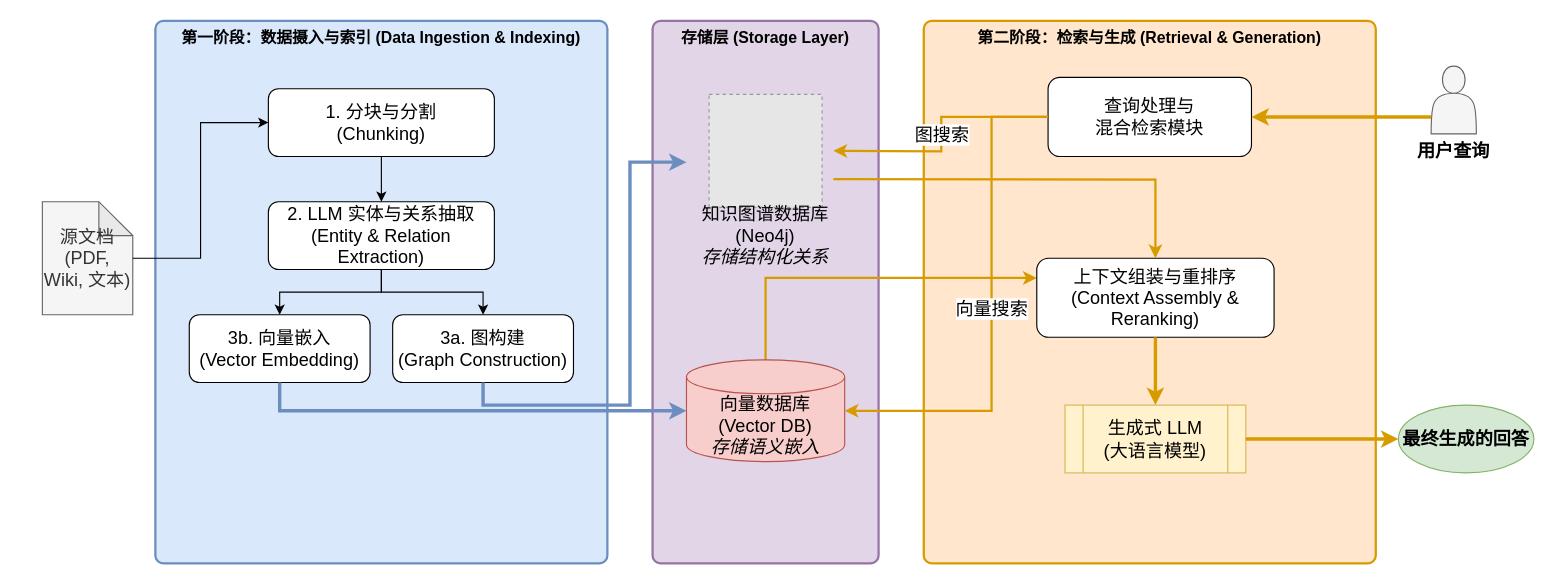
Before: graphrag.drawio in 729973389/picture, a draw.io diagram. Source tidied: cells renumbered, new cells numbered last; positions are measured from the earlier drawing's top-left corner, leaving out a move shared by most shapes. Both pictures are drawn from the tidied source at 113%, with x=0, y=0 at pixel (42, 20). Pictures stored in the file or linked from it are replaced by grey dashed boxes.
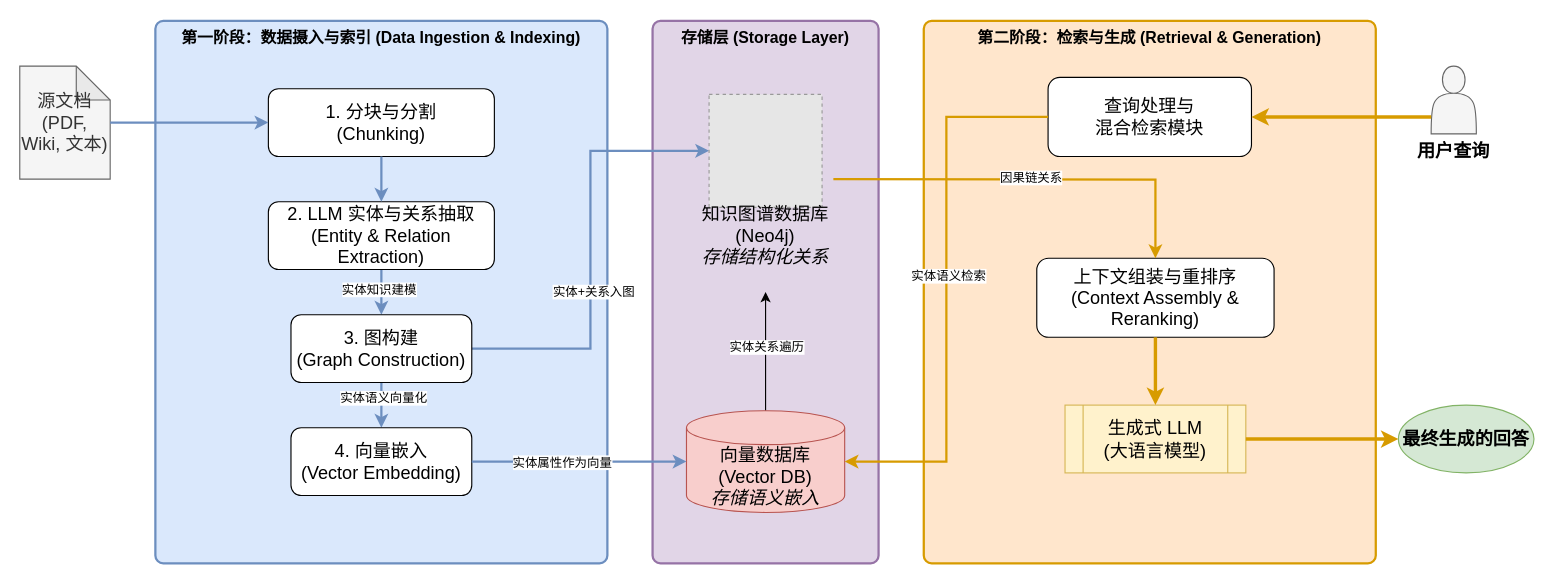
After the change.

The change refers to these unchanged cells:
```xml
<mxCell id="6" value="1. 分块与分割&lt;br&gt;(Chunking)" style="rounded=1;whiteSpace=wrap;html=1;fillColor=#ffffff;strokeColor=#000000;fontSize=16;" parent="1" vertex="1">
  <mxGeometry x="200" y="60" width="200" height="60" as="geometry" />
</mxCell>
<mxCell id="7" value="2. LLM 实体与关系抽取&lt;br&gt;(Entity &amp;amp; Relation Extraction)" style="rounded=1;whiteSpace=wrap;html=1;fillColor=#ffffff;strokeColor=#000000;fontSize=16;" parent="1" vertex="1">
  <mxGeometry x="200" y="160" width="200" height="60" as="geometry" />
</mxCell>
<mxCell id="13" value="查询处理与&lt;br&gt;混合检索模块" style="rounded=1;whiteSpace=wrap;html=1;fillColor=#ffffff;strokeColor=#000000;fontSize=16;" parent="1" vertex="1">
  <mxGeometry x="890" y="50" width="180" height="70" as="geometry" />
</mxCell>
<mxCell id="14" value="上下文组装与重排序&lt;br&gt;(Context Assembly &amp;amp; Reranking)" style="rounded=1;whiteSpace=wrap;html=1;fillColor=#ffffff;strokeColor=#000000;fontSize=16;" parent="1" vertex="1">
  <mxGeometry x="880" y="210" width="210" height="70" as="geometry" />
</mxCell>
<mxCell id="29" style="edgeStyle=orthogonalEdgeStyle;rounded=0;jettySize=auto;html=1;entryX=0.5;entryY=0;entryDx=0;entryDy=0;strokeWidth=2;strokeColor=#D79B00;" parent="1" edge="1" target="14">
  <mxGeometry relative="1" as="geometry">
    <mxPoint x="700" y="140" as="sourcePoint" />
  </mxGeometry>
</mxCell>
<mxCell id="30" style="fillColor=#E6E6E6;strokeColor=#999999;dashed=1;verticalLabelPosition=bottom;labelBackgroundColor=default;verticalAlign=top;fontSize=16;" parent="1" vertex="1">
  <mxGeometry x="590" y="65" width="100" height="100" as="geometry" />
</mxCell>
```

What changed in the source:
```diff
@@
     <mxCell id="5" value="源文档&lt;br&gt;(PDF, Wiki, 文本)" style="shape=note;whiteSpace=wrap;html=1;backgroundOutline=1;darkOpacity=0.05;fillColor=#f5f5f5;strokeColor=#666666;fontColor=#333333;fontSize=16;" parent="1" vertex="1">
-      <mxGeometry y="160" width="80" height="100" as="geometry" />
+      <mxGeometry x="-20" y="40" width="80" height="100" as="geometry" />
     </mxCell>
@@
+    <mxCell id="19" style="edgeStyle=orthogonalEdgeStyle;rounded=0;jettySize=auto;html=1;entryX=0.5;entryY=0;entryDx=0;entryDy=0;strokeWidth=2;strokeColor=light-dark(#6C8EBF,#EDEDED);" parent="1" edge="1" source="7" target="8">
+      <mxGeometry relative="1" as="geometry" />
+    </mxCell>
+    <mxCell id="32" value="实体知识建模" style="edgeLabel;html=1;align=center;verticalAlign=middle;" parent="19" vertex="1">
+      <mxGeometry x="-0.13" y="-3" relative="1" as="geometry" />
+    </mxCell>
@@
+    <mxCell id="33" style="edgeStyle=orthogonalEdgeStyle;rounded=0;jettySize=auto;html=1;entryX=0.5;entryY=0;entryDx=0;entryDy=0;strokeWidth=2;strokeColor=light-dark(#6C8EBF,#EDEDED);" parent="1" edge="1" source="8" target="9">
+      <mxGeometry relative="1" as="geometry" />
+    </mxCell>
+    <mxCell id="34" value="实体语义向量化" style="edgeLabel;html=1;align=center;verticalAlign=middle;" parent="33" vertex="1">
+      <mxGeometry x="-0.33" y="1" relative="1" as="geometry" />
+    </mxCell>
+    <mxCell id="35" style="edgeStyle=orthogonalEdgeStyle;rounded=0;jettySize=auto;html=1;entryX=0;entryY=0.5;entryDx=0;entryDy=0;strokeWidth=2;strokeColor=light-dark(#6C8EBF,#EDEDED);" parent="1" edge="1" source="8" target="30">
+      <mxGeometry relative="1" as="geometry" />
+    </mxCell>
+    <mxCell id="36" value="实体+关系入图" style="edgeLabel;html=1;align=center;verticalAlign=middle;" parent="35" vertex="1">
+      <mxGeometry x="-0.19" y="-2" relative="1" as="geometry" />
+    </mxCell>
-    <mxCell id="8" value="3a. 图构建&lt;br&gt;(Graph Construction)" style="rounded=1;whiteSpace=wrap;html=1;fillColor=#ffffff;strokeColor=#000000;fontSize=16;" parent="1" vertex="1">
-      <mxGeometry x="310" y="260" width="160" height="60" as="geometry" />
+    <mxCell id="8" value="3. 图构建&lt;br&gt;(Graph Construction)" style="rounded=1;whiteSpace=wrap;html=1;fillColor=#ffffff;strokeColor=#000000;fontSize=16;" parent="1" vertex="1">
+      <mxGeometry x="220" y="260" width="160" height="60" as="geometry" />
     </mxCell>
-    <mxCell id="9" value="3b. 向量嵌入&lt;br&gt;(Vector Embedding)" style="rounded=1;whiteSpace=wrap;html=1;fillColor=#ffffff;strokeColor=#000000;fontSize=16;" parent="1" vertex="1">
-      <mxGeometry x="130" y="260" width="160" height="60" as="geometry" />
+    <mxCell id="9" value="4. 向量嵌入&lt;br&gt;(Vector Embedding)" style="rounded=1;whiteSpace=wrap;html=1;fillColor=#ffffff;strokeColor=#000000;fontSize=16;" parent="1" vertex="1">
+      <mxGeometry x="220" y="360" width="160" height="60" as="geometry" />
     </mxCell>
-    <mxCell id="10" style="edgeStyle=orthogonalEdgeStyle;rounded=0;jettySize=auto;html=1;exitX=0.5;exitY=0;exitDx=0;exitDy=0;exitPerimeter=0;entryX=0;entryY=0.25;entryDx=0;entryDy=0;strokeWidth=2;strokeColor=#D79B00;" parent="1" edge="1" source="11" target="14">
-      <mxGeometry relative="1" as="geometry" />
-    </mxCell>
+    <mxCell id="37" style="edgeStyle=orthogonalEdgeStyle;rounded=0;jettySize=auto;html=1;" parent="1" edge="1" source="11">
+      <mxGeometry relative="1" as="geometry">
+        <mxPoint x="640" y="240" as="targetPoint" />
+      </mxGeometry>
+    </mxCell>
+    <mxCell id="38" value="实体关系遍历" style="edgeLabel;html=1;align=center;verticalAlign=middle;" parent="37" vertex="1">
+      <mxGeometry x="0.08" relative="1" as="geometry" />
+    </mxCell>
     <mxCell id="11" value="向量数据库&lt;br&gt;(Vector DB)&lt;br&gt;&lt;i&gt;存储语义嵌入&lt;/i&gt;" style="shape=cylinder3;whiteSpace=wrap;html=1;boundedLbl=1;backgroundOutline=1;size=15;fillColor=#f8cecc;strokeColor=#b85450;fontSize=16;" parent="1" vertex="1">
-      <mxGeometry x="570" y="300" width="140" height="90" as="geometry" />
+      <mxGeometry x="570" y="345" width="140" height="90" as="geometry" />
     </mxCell>
@@
-    <mxCell id="17" style="edgeStyle=orthogonalEdgeStyle;rounded=0;jettySize=auto;html=1;entryX=0;entryY=0.5;entryDx=0;entryDy=0;fontSize=16;" parent="1" edge="1" source="5" target="6">
+    <mxCell id="17" style="edgeStyle=orthogonalEdgeStyle;rounded=0;jettySize=auto;html=1;entryX=0;entryY=0.5;entryDx=0;entryDy=0;fontSize=16;strokeWidth=2;strokeColor=light-dark(#6C8EBF,#EDEDED);" parent="1" edge="1" source="5" target="6">
       <mxGeometry relative="1" as="geometry" />
     </mxCell>
-    <mxCell id="18" style="edgeStyle=orthogonalEdgeStyle;rounded=0;jettySize=auto;html=1;entryX=0.5;entryY=0;entryDx=0;entryDy=0;fontSize=16;" parent="1" edge="1" source="6" target="7">
+    <mxCell id="18" style="edgeStyle=orthogonalEdgeStyle;rounded=0;jettySize=auto;html=1;entryX=0.5;entryY=0;entryDx=0;entryDy=0;fontSize=16;strokeWidth=2;strokeColor=light-dark(#6C8EBF,#EDEDED);" parent="1" edge="1" source="6" target="7">
       <mxGeometry relative="1" as="geometry" />
     </mxCell>
-    <mxCell id="19" style="edgeStyle=orthogonalEdgeStyle;rounded=0;jettySize=auto;html=1;entryX=0.5;entryY=0;entryDx=0;entryDy=0;fontSize=16;" parent="1" edge="1" source="7" target="8">
-      <mxGeometry relative="1" as="geometry" />
-    </mxCell>
-    <mxCell id="20" style="edgeStyle=orthogonalEdgeStyle;rounded=0;jettySize=auto;html=1;entryX=0.5;entryY=0;entryDx=0;entryDy=0;fontSize=16;" parent="1" edge="1" source="7" target="9">
-      <mxGeometry relative="1" as="geometry" />
-    </mxCell>
-    <mxCell id="21" style="edgeStyle=orthogonalEdgeStyle;rounded=0;jettySize=auto;html=1;entryX=0;entryY=0.5;entryDx=0;entryDy=0;entryPerimeter=0;fillColor=#dae8fc;strokeColor=#6c8ebf;strokeWidth=3;fontSize=16;" parent="1" edge="1" source="8">
-      <mxGeometry relative="1" as="geometry">
-        <mxPoint x="570" y="125" as="targetPoint" />
-        <Array as="points">
-          <mxPoint x="390" y="340" />
-          <mxPoint x="520" y="340" />
-          <mxPoint x="520" y="125" />
-        </Array>
-      </mxGeometry>
-    </mxCell>
-    <mxCell id="22" style="edgeStyle=orthogonalEdgeStyle;rounded=0;jettySize=auto;html=1;entryX=0;entryY=0.5;entryDx=0;entryDy=0;entryPerimeter=0;fillColor=#dae8fc;strokeColor=#6c8ebf;strokeWidth=3;fontSize=16;" parent="1" edge="1" source="9" target="11">
-      <mxGeometry relative="1" as="geometry">
-        <Array as="points">
-          <mxPoint x="210" y="345" />
-        </Array>
-      </mxGeometry>
-    </mxCell>
@@
-    <mxCell id="24" value="图搜索" style="edgeStyle=orthogonalEdgeStyle;rounded=0;jettySize=auto;html=1;fillColor=#ffe6cc;strokeColor=#d79b00;strokeWidth=2;fontSize=16;" parent="1" edge="1" source="13">
-      <mxGeometry relative="1" as="geometry">
-        <mxPoint x="700" y="115" as="targetPoint" />
-      </mxGeometry>
-    </mxCell>
-    <mxCell id="25" value="向量搜索" style="edgeStyle=orthogonalEdgeStyle;rounded=0;jettySize=auto;html=1;entryX=1;entryY=0.5;entryDx=0;entryDy=0;entryPerimeter=0;fillColor=#ffe6cc;strokeColor=#d79b00;strokeWidth=2;fontSize=16;" parent="1" edge="1" source="13" target="11">
-      <mxGeometry relative="1" as="geometry">
-        <Array as="points">
-          <mxPoint x="840" y="85" />
-          <mxPoint x="840" y="345" />
-        </Array>
-      </mxGeometry>
-    </mxCell>
@@
+    <mxCell id="39" value="因果链关系" style="edgeLabel;html=1;align=center;verticalAlign=middle;" parent="29" vertex="1">
+      <mxGeometry x="-0.02" y="2" relative="1" as="geometry" />
+    </mxCell>
@@
+    <mxCell id="22" style="edgeStyle=orthogonalEdgeStyle;rounded=0;jettySize=auto;html=1;entryX=0;entryY=0.5;entryDx=0;entryDy=0;entryPerimeter=0;strokeWidth=2;strokeColor=light-dark(#6C8EBF,#EDEDED);" parent="1" edge="1" source="9" target="11">
+      <mxGeometry relative="1" as="geometry" />
+    </mxCell>
+    <mxCell id="40" value="实体属性作为向量" style="edgeLabel;html=1;align=center;verticalAlign=middle;" parent="22" vertex="1">
+      <mxGeometry x="-0.17" relative="1" as="geometry" />
+    </mxCell>
+    <mxCell id="25" style="edgeStyle=orthogonalEdgeStyle;rounded=0;jettySize=auto;html=1;entryX=1;entryY=0.5;entryDx=0;entryDy=0;entryPerimeter=0;strokeColor=#D79B00;strokeWidth=2;" parent="1" edge="1" source="13" target="11">
+      <mxGeometry relative="1" as="geometry" />
+    </mxCell>
+    <mxCell id="41" value="实体语义检索" style="edgeLabel;html=1;align=center;verticalAlign=middle;" parent="25" vertex="1">
+      <mxGeometry x="-0.05" y="1" relative="1" as="geometry" />
+    </mxCell>
```
